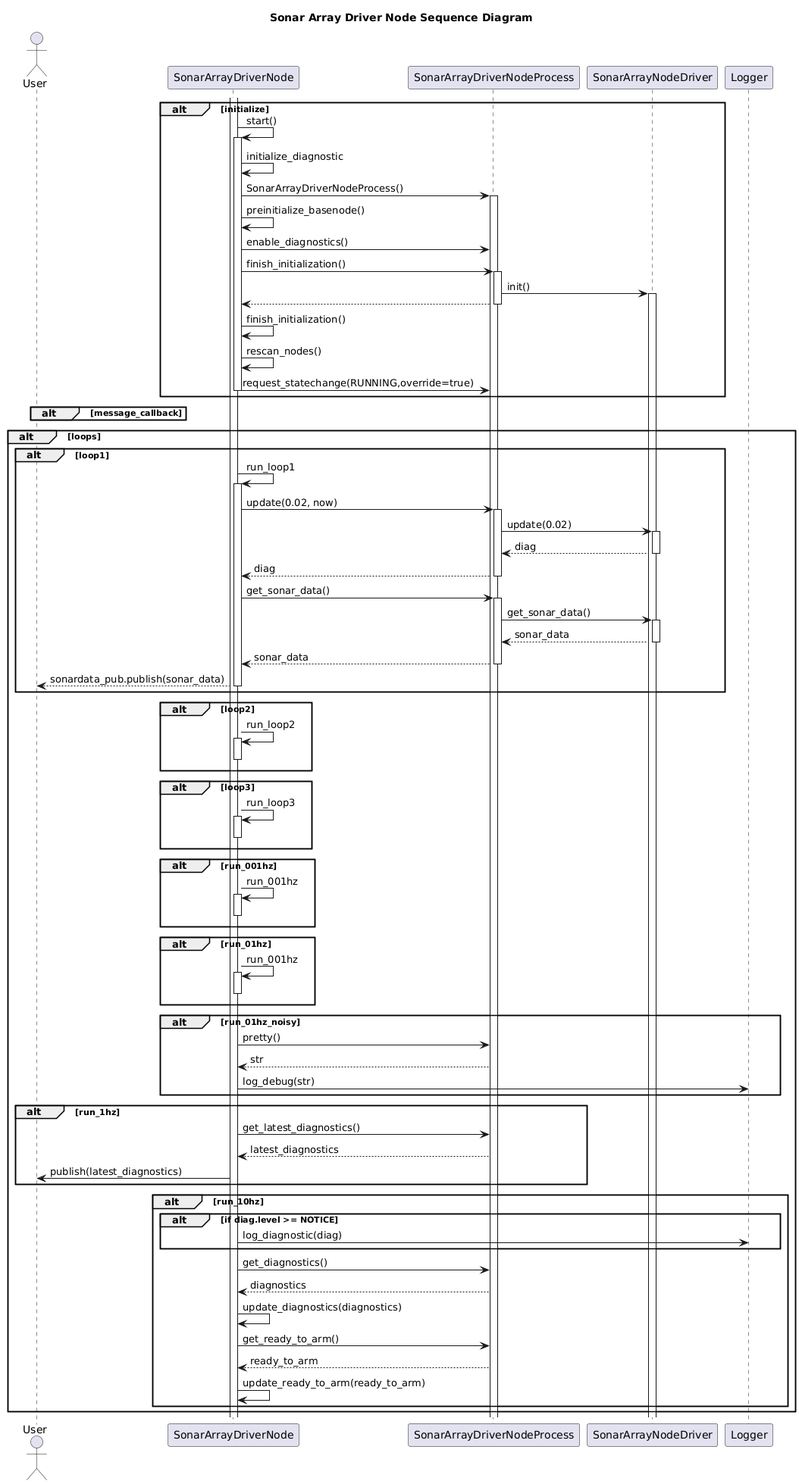
Earlier version of the PlantUML export nodes/SonarArrayDriverNode/doc/output/SonarArrayDriverNodeSequenceDiagram.png (fastrobotics/sonar_array). The source it was exported from:
```plantuml
@startuml
title Sonar Array Driver Node Sequence Diagram
actor User as user
participant SonarArrayDriverNode as node
participant SonarArrayDriverNodeProcess as process
participant SonarArrayNodeDriver as driver
participant Logger as logger

alt initialize
    activate node
    node -> node++: start()
    node -> node: initialize_diagnostic
    node -> process++: SonarArrayDriverNodeProcess()
    node -> node: preinitialize_basenode()
    node -> process: enable_diagnostics()
    node -> process++: finish_initialization()
    process -> driver++: init()
    process --> node--
    node -> node: finish_initialization()
    node -> node: rescan_nodes()
    node -> process: request_statechange(RUNNING,override=true)
    node--
end

alt message_callback
end

alt loops
    alt loop1
        node -> node++: run_loop1
        node -> process++: update(0.02, now)
        process -> driver++: update(0.02)
        driver --> process--: diag
        process --> node--: diag
        node -> process++: get_sonar_data()
        process -> driver++: get_sonar_data()
        driver --> process--: sonar_data
        process --> node--: sonar_data
        node --> user: sonardata_pub.publish(sonar_data)
        node--
    end
    alt loop2
        node -> node++: run_loop2
        node--
    end
    alt loop3
        node -> node++: run_loop3
        node--
    end
    alt run_001hz
        node -> node++: run_001hz
        node--
    end
    alt run_01hz
        node -> node++: run_001hz
        node--
    end
    alt run_01hz_noisy
        node -> process: pretty()
        process --> node: str
        node -> logger: log_debug(str)
    end
    alt run_1hz
        node -> process: get_latest_diagnostics()
        process --> node: latest_diagnostics
        node -> user: publish(latest_diagnostics)
    end
    alt run_10hz



        alt if diag.level >= NOTICE
            node -> logger: log_diagnostic(diag)
        end
        node -> process: get_diagnostics()
        process --> node: diagnostics
        node -> node: update_diagnostics(diagnostics)
        node -> process: get_ready_to_arm()
        process --> node: ready_to_arm
        node -> node: update_ready_to_arm(ready_to_arm)

    end
end
@enduml
```
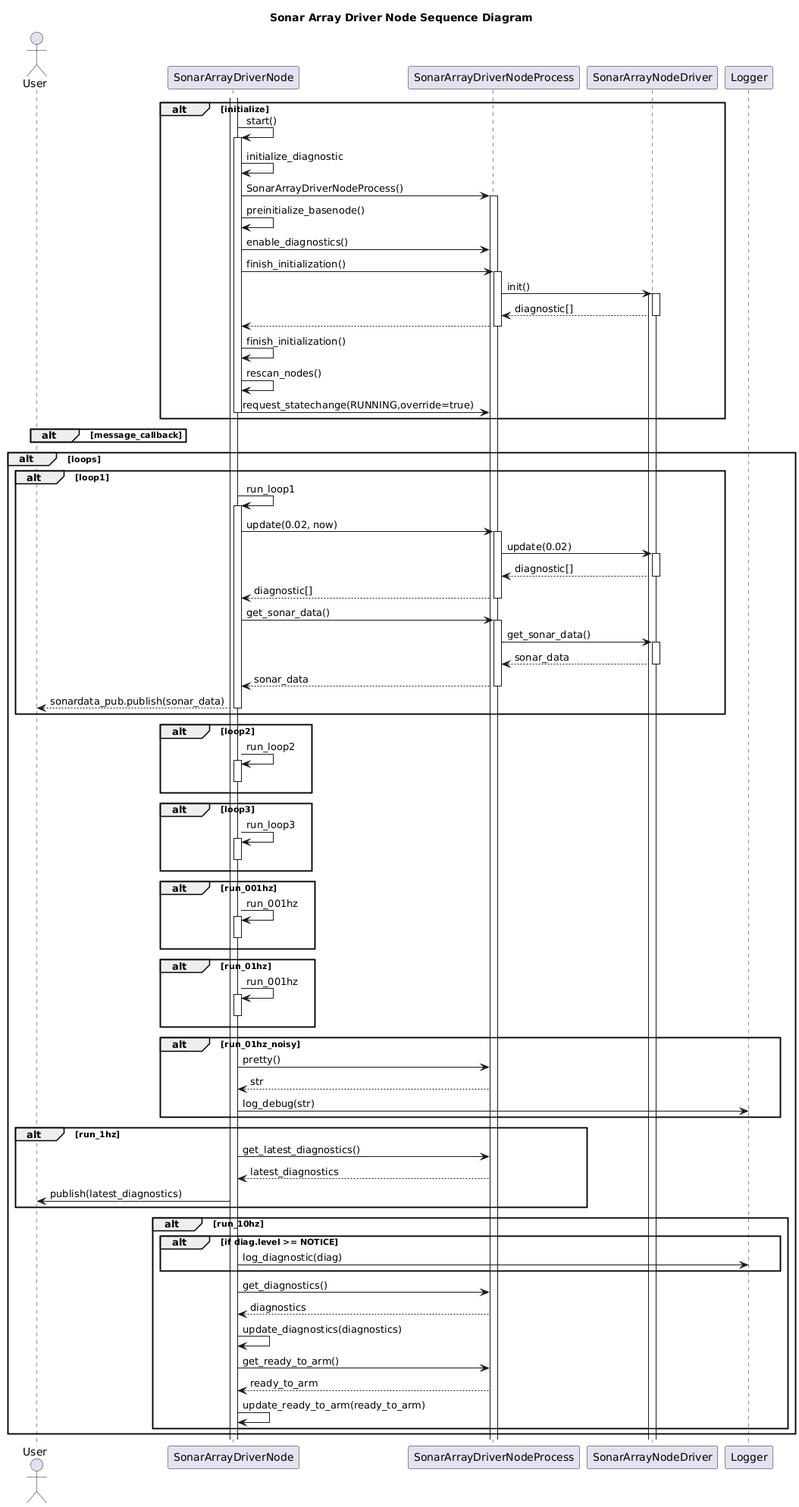
After the commit.

Diff of the diagram source:
```diff
@@ -15,6 +15,8 @@
     node -> process: enable_diagnostics()
     node -> process++: finish_initialization()
     process -> driver++: init()
+    activate driver
+    driver --> process--: diagnostic[]
     process --> node--
     node -> node: finish_initialization()
     node -> node: rescan_nodes()
@@ -30,8 +32,8 @@
         node -> node++: run_loop1
         node -> process++: update(0.02, now)
         process -> driver++: update(0.02)
-        driver --> process--: diag
-        process --> node--: diag
+        driver --> process--: diagnostic[]
+        process --> node--: diagnostic[]
         node -> process++: get_sonar_data()
         process -> driver++: get_sonar_data()
         driver --> process--: sonar_data
```
